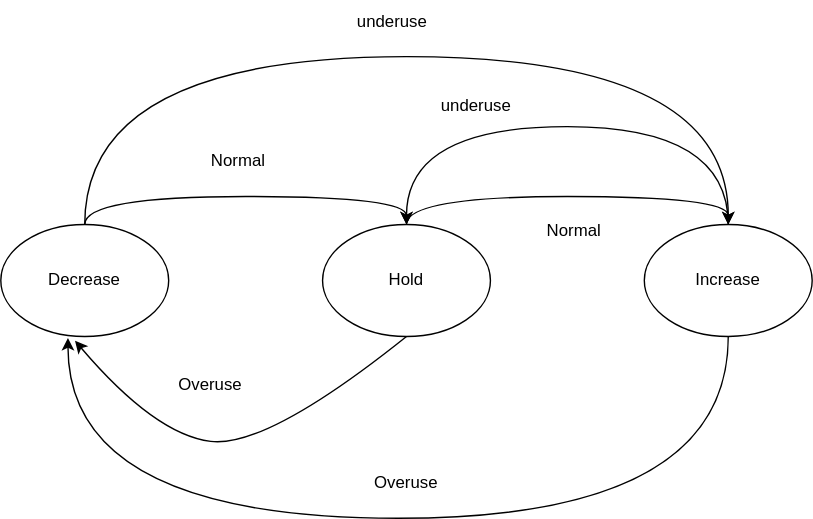
The draw.io diagram 未命名绘图.drawio.svg in xiaosayin/c-educoder, before a commit. Source tidied: cells renumbered, new cells last; positions are measured from the earlier drawing's top-left corner, leaving out a move shared by most shapes.
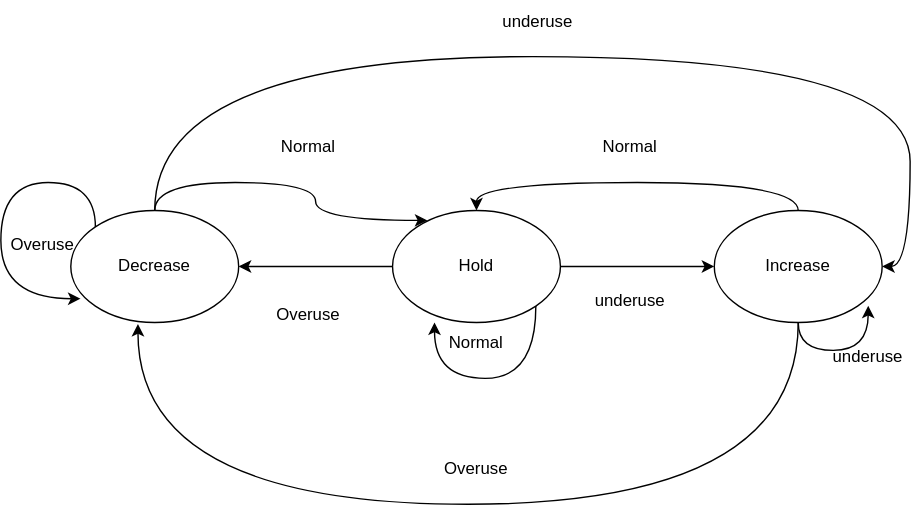
Later version of the same file.

Commit message:
已添加 未命名绘图.drawio.svg

Diff of the diagram source:
```diff
@@ -2,23 +2,27 @@
   <root>
     <mxCell id="0" />
     <mxCell id="1" parent="0" />
-    <mxCell id="2" style="edgeStyle=orthogonalEdgeStyle;curved=1;jettySize=auto;html=1;exitX=0.5;exitY=0;exitDx=0;exitDy=0;entryX=0.5;entryY=0;entryDx=0;entryDy=0;" parent="1" edge="1" source="4" target="6">
+    <mxCell id="2" style="edgeStyle=orthogonalEdgeStyle;curved=1;jettySize=auto;html=1;exitX=0.5;exitY=0;exitDx=0;exitDy=0;entryX=0.208;entryY=0.088;entryDx=0;entryDy=0;entryPerimeter=0;" parent="1" edge="1" source="4" target="6">
       <mxGeometry relative="1" as="geometry" />
     </mxCell>
-    <mxCell id="3" style="edgeStyle=orthogonalEdgeStyle;curved=1;jettySize=auto;html=1;exitX=0.5;exitY=0;exitDx=0;exitDy=0;entryX=0.5;entryY=0;entryDx=0;entryDy=0;" parent="1" edge="1" source="4" target="9">
+    <mxCell id="3" style="edgeStyle=orthogonalEdgeStyle;curved=1;jettySize=auto;html=1;exitX=0.5;exitY=0;exitDx=0;exitDy=0;entryX=1;entryY=0.5;entryDx=0;entryDy=0;" parent="1" edge="1" source="4" target="9">
       <mxGeometry relative="1" as="geometry">
         <Array as="points">
-          <mxPoint x="60" y="40" />
-          <mxPoint x="520" y="40" />
+          <mxPoint x="60" y="50" />
+          <mxPoint x="600" y="50" />
+          <mxPoint x="600" y="200" />
         </Array>
       </mxGeometry>
     </mxCell>
     <mxCell id="4" value="Decrease" style="ellipse;whiteSpace=wrap;html=1;" parent="1" vertex="1">
       <mxGeometry y="160" width="120" height="80" as="geometry" />
     </mxCell>
-    <mxCell id="5" style="edgeStyle=orthogonalEdgeStyle;curved=1;jettySize=auto;html=1;exitX=0.5;exitY=0;exitDx=0;exitDy=0;entryX=0.5;entryY=0;entryDx=0;entryDy=0;" parent="1" edge="1" source="6" target="9">
+    <mxCell id="5" style="edgeStyle=orthogonalEdgeStyle;curved=1;jettySize=auto;html=1;exitX=1;exitY=0.5;exitDx=0;exitDy=0;entryX=0;entryY=0.5;entryDx=0;entryDy=0;" parent="1" edge="1" source="6" target="9">
       <mxGeometry relative="1" as="geometry" />
     </mxCell>
+    <mxCell id="10" style="edgeStyle=orthogonalEdgeStyle;curved=1;jettySize=auto;html=1;exitX=0;exitY=0.5;exitDx=0;exitDy=0;" parent="1" edge="1" source="6" target="4">
+      <mxGeometry relative="1" as="geometry" />
+    </mxCell>
     <mxCell id="6" value="Hold" style="ellipse;whiteSpace=wrap;html=1;" parent="1" vertex="1">
       <mxGeometry x="230" y="160" width="120" height="80" as="geometry" />
     </mxCell>
@@ -31,26 +35,13 @@
       </mxGeometry>
     </mxCell>
     <mxCell id="8" style="edgeStyle=orthogonalEdgeStyle;curved=1;jettySize=auto;html=1;exitX=0.5;exitY=0;exitDx=0;exitDy=0;entryX=0.5;entryY=0;entryDx=0;entryDy=0;" parent="1" edge="1" source="9" target="6">
-      <mxGeometry relative="1" as="geometry">
-        <Array as="points">
-          <mxPoint x="520" y="90" />
-          <mxPoint x="290" y="90" />
-        </Array>
-      </mxGeometry>
+      <mxGeometry relative="1" as="geometry" />
     </mxCell>
     <mxCell id="9" value="Increase" style="ellipse;whiteSpace=wrap;html=1;" parent="1" vertex="1">
       <mxGeometry x="460" y="160" width="120" height="80" as="geometry" />
     </mxCell>
-    <mxCell id="10" style="curved=1;endArrow=classic;html=1;rounded=0;entryX=0.442;entryY=1.038;entryDx=0;entryDy=0;entryPerimeter=0;exitX=0.5;exitY=1;exitDx=0;exitDy=0;" parent="1" edge="1" source="6" target="4">
-      <mxGeometry relative="1" as="geometry">
-        <Array as="points">
-          <mxPoint x="190" y="320" />
-          <mxPoint x="110" y="310" />
-        </Array>
-      </mxGeometry>
-    </mxCell>
     <mxCell id="11" value="Overuse" style="text;html=1;strokeColor=none;fillColor=none;align=center;verticalAlign=middle;whiteSpace=wrap;rounded=0;" parent="1" vertex="1">
-      <mxGeometry x="120" y="260" width="60" height="30" as="geometry" />
+      <mxGeometry x="140" y="220" width="60" height="30" as="geometry" />
     </mxCell>
     <mxCell id="12" value="Overuse" style="text;html=1;strokeColor=none;fillColor=none;align=center;verticalAlign=middle;whiteSpace=wrap;rounded=0;" parent="1" vertex="1">
       <mxGeometry x="260" y="330" width="60" height="30" as="geometry" />
@@ -58,14 +49,43 @@
     <mxCell id="13" value="Normal" style="text;html=1;strokeColor=none;fillColor=none;align=center;verticalAlign=middle;whiteSpace=wrap;rounded=0;" parent="1" vertex="1">
       <mxGeometry x="140" y="100" width="60" height="30" as="geometry" />
     </mxCell>
-    <mxCell id="14" value="Normal" style="text;html=1;strokeColor=none;fillColor=none;align=center;verticalAlign=middle;whiteSpace=wrap;rounded=0;" parent="1" vertex="1">
-      <mxGeometry x="380" y="150" width="60" height="30" as="geometry" />
-    </mxCell>
     <mxCell id="15" value="underuse" style="text;html=1;strokeColor=none;fillColor=none;align=center;verticalAlign=middle;whiteSpace=wrap;rounded=0;" parent="1" vertex="1">
-      <mxGeometry x="250" width="60" height="30" as="geometry" />
+      <mxGeometry x="304" y="10" width="60" height="30" as="geometry" />
     </mxCell>
-    <mxCell id="16" value="underuse" style="text;html=1;strokeColor=none;fillColor=none;align=center;verticalAlign=middle;whiteSpace=wrap;rounded=0;" parent="1" vertex="1">
-      <mxGeometry x="310" y="60" width="60" height="30" as="geometry" />
-    </mxCell>
+    <mxCell id="17" value="underuse" style="text;html=1;strokeColor=none;fillColor=none;align=center;verticalAlign=middle;whiteSpace=wrap;rounded=0;" parent="1" vertex="1">
+      <mxGeometry x="370" y="210" width="60" height="30" as="geometry" />
+    </mxCell>
+    <mxCell id="18" value="Normal" style="text;html=1;strokeColor=none;fillColor=none;align=center;verticalAlign=middle;whiteSpace=wrap;rounded=0;" parent="1" vertex="1">
+      <mxGeometry x="370" y="100" width="60" height="30" as="geometry" />
+    </mxCell>
+    <mxCell id="19" style="edgeStyle=orthogonalEdgeStyle;curved=1;orthogonalLoop=1;jettySize=auto;html=1;exitX=0;exitY=0;exitDx=0;exitDy=0;entryX=0.058;entryY=0.788;entryDx=0;entryDy=0;entryPerimeter=0;" parent="1" edge="1" source="4" target="4">
+      <mxGeometry relative="1" as="geometry">
+        <Array as="points">
+          <mxPoint x="18" y="140" />
+          <mxPoint x="-50" y="140" />
+          <mxPoint x="-50" y="223" />
+        </Array>
+      </mxGeometry>
+    </mxCell>
+    <mxCell id="20" style="edgeStyle=orthogonalEdgeStyle;curved=1;orthogonalLoop=1;jettySize=auto;html=1;exitX=1;exitY=1;exitDx=0;exitDy=0;entryX=0.25;entryY=1;entryDx=0;entryDy=0;entryPerimeter=0;" parent="1" edge="1" source="6" target="6">
+      <mxGeometry relative="1" as="geometry">
+        <Array as="points">
+          <mxPoint x="332" y="280" />
+          <mxPoint x="260" y="280" />
+        </Array>
+      </mxGeometry>
+    </mxCell>
+    <mxCell id="21" value="Overuse" style="text;html=1;strokeColor=none;fillColor=none;align=center;verticalAlign=middle;whiteSpace=wrap;rounded=0;" parent="1" vertex="1">
+      <mxGeometry x="-50" y="170" width="60" height="30" as="geometry" />
+    </mxCell>
+    <mxCell id="22" value="Normal" style="text;html=1;strokeColor=none;fillColor=none;align=center;verticalAlign=middle;whiteSpace=wrap;rounded=0;" parent="1" vertex="1">
+      <mxGeometry x="260" y="240" width="60" height="30" as="geometry" />
+    </mxCell>
+    <mxCell id="23" style="edgeStyle=orthogonalEdgeStyle;curved=1;orthogonalLoop=1;jettySize=auto;html=1;exitX=0.5;exitY=1;exitDx=0;exitDy=0;entryX=0.917;entryY=0.85;entryDx=0;entryDy=0;entryPerimeter=0;" parent="1" edge="1" source="9" target="9">
+      <mxGeometry relative="1" as="geometry" />
+    </mxCell>
+    <mxCell id="24" value="underuse" style="text;html=1;strokeColor=none;fillColor=none;align=center;verticalAlign=middle;whiteSpace=wrap;rounded=0;" parent="1" vertex="1">
+      <mxGeometry x="540" y="250" width="60" height="30" as="geometry" />
+    </mxCell>
   </root>
 </mxGraphModel>
```
